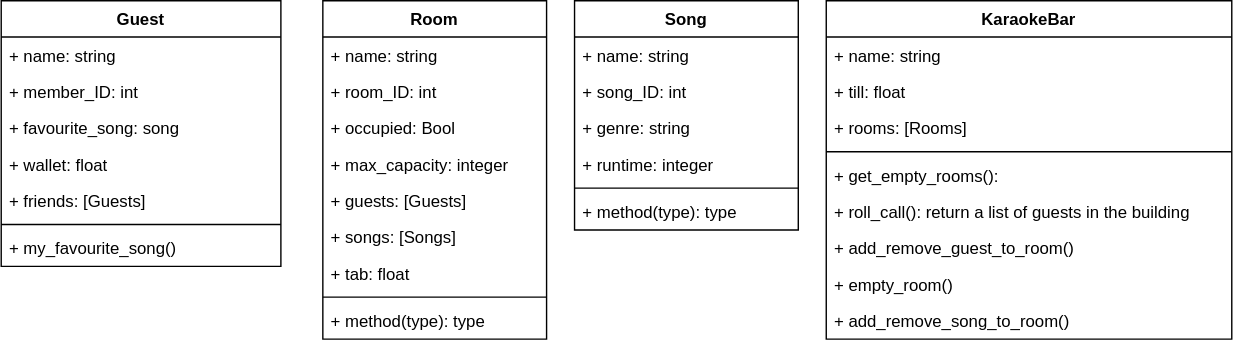
Before: classes and planning.drawio.svg, a diagram exported from draw.io (randomlyalex-codeclan/CCC). Source tidied: cells renumbered, new cells last; positions are measured from the earlier drawing's top-left corner, leaving out a move shared by most shapes.
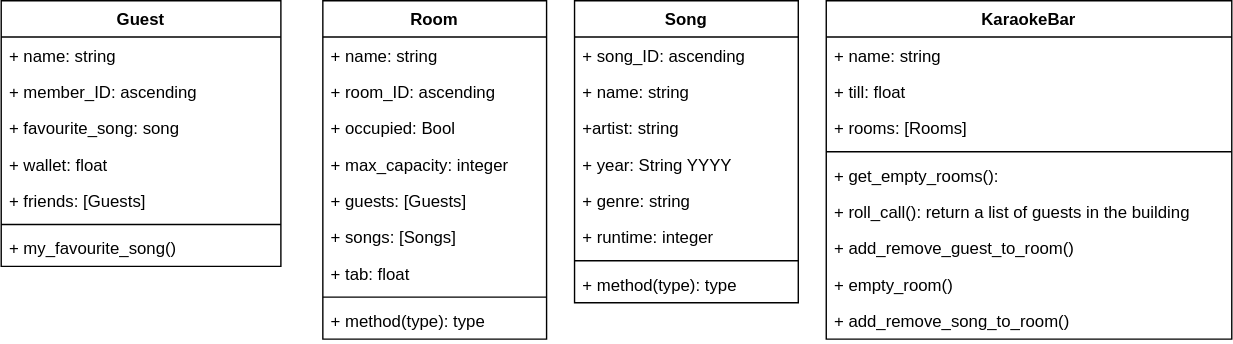
After the change.

The edit, as a diff of the source:
```diff
@@ -8,7 +8,7 @@
     <mxCell id="3" value="+ name: string" style="text;strokeColor=none;fillColor=none;align=left;verticalAlign=top;spacingLeft=4;spacingRight=4;overflow=hidden;" parent="2" vertex="1">
       <mxGeometry y="26" width="160" height="26" as="geometry" />
     </mxCell>
-    <mxCell id="4" value="+ room_ID: int" style="text;strokeColor=none;fillColor=none;align=left;verticalAlign=top;spacingLeft=4;spacingRight=4;overflow=hidden;" parent="2" vertex="1">
+    <mxCell id="4" value="+ room_ID: ascending" style="text;strokeColor=none;fillColor=none;align=left;verticalAlign=top;spacingLeft=4;spacingRight=4;overflow=hidden;" parent="2" vertex="1">
       <mxGeometry y="52" width="160" height="26" as="geometry" />
     </mxCell>
     <mxCell id="5" value="+ occupied: Bool" style="text;strokeColor=none;fillColor=none;align=left;verticalAlign=top;spacingLeft=4;spacingRight=4;overflow=hidden;" parent="2" vertex="1">
@@ -33,25 +33,31 @@
       <mxGeometry y="216" width="160" height="26" as="geometry" />
     </mxCell>
     <mxCell id="12" value="Song" style="swimlane;fontStyle=1;align=center;verticalAlign=top;horizontal=1;startSize=26;" parent="1" vertex="1">
-      <mxGeometry x="410" width="160" height="164" as="geometry" />
+      <mxGeometry x="410" width="160" height="216" as="geometry" />
     </mxCell>
+    <mxCell id="14" value="+ song_ID: ascending" style="text;strokeColor=none;fillColor=none;align=left;verticalAlign=top;spacingLeft=4;spacingRight=4;overflow=hidden;" parent="12" vertex="1">
+      <mxGeometry y="26" width="160" height="26" as="geometry" />
+    </mxCell>
     <mxCell id="13" value="+ name: string" style="text;strokeColor=none;fillColor=none;align=left;verticalAlign=top;spacingLeft=4;spacingRight=4;overflow=hidden;" parent="12" vertex="1">
-      <mxGeometry y="26" width="160" height="26" as="geometry" />
+      <mxGeometry y="52" width="160" height="26" as="geometry" />
     </mxCell>
-    <mxCell id="14" value="+ song_ID: int" style="text;strokeColor=none;fillColor=none;align=left;verticalAlign=top;spacingLeft=4;spacingRight=4;overflow=hidden;" parent="12" vertex="1">
-      <mxGeometry y="52" width="160" height="26" as="geometry" />
-    </mxCell>
+    <mxCell id="37" value="+artist: string&#10;" style="text;strokeColor=none;fillColor=none;align=left;verticalAlign=top;spacingLeft=4;spacingRight=4;overflow=hidden;" parent="12" vertex="1">
+      <mxGeometry y="78" width="160" height="26" as="geometry" />
+    </mxCell>
+    <mxCell id="38" value="+ year: String YYYY" style="text;strokeColor=none;fillColor=none;align=left;verticalAlign=top;spacingLeft=4;spacingRight=4;overflow=hidden;" parent="12" vertex="1">
+      <mxGeometry y="104" width="160" height="26" as="geometry" />
+    </mxCell>
     <mxCell id="15" value="+ genre: string" style="text;strokeColor=none;fillColor=none;align=left;verticalAlign=top;spacingLeft=4;spacingRight=4;overflow=hidden;" parent="12" vertex="1">
-      <mxGeometry y="78" width="160" height="26" as="geometry" />
+      <mxGeometry y="130" width="160" height="26" as="geometry" />
     </mxCell>
     <mxCell id="16" value="+ runtime: integer" style="text;strokeColor=none;fillColor=none;align=left;verticalAlign=top;spacingLeft=4;spacingRight=4;overflow=hidden;" parent="12" vertex="1">
-      <mxGeometry y="104" width="160" height="26" as="geometry" />
+      <mxGeometry y="156" width="160" height="26" as="geometry" />
     </mxCell>
     <mxCell id="17" style="line;strokeWidth=1;fillColor=none;align=left;verticalAlign=middle;spacingTop=-1;spacingLeft=3;spacingRight=3;labelPosition=right;" parent="12" vertex="1">
-      <mxGeometry y="130" width="160" height="8" as="geometry" />
+      <mxGeometry y="182" width="160" height="8" as="geometry" />
     </mxCell>
     <mxCell id="18" value="+ method(type): type" style="text;strokeColor=none;fillColor=none;align=left;verticalAlign=top;spacingLeft=4;spacingRight=4;overflow=hidden;" parent="12" vertex="1">
-      <mxGeometry y="138" width="160" height="26" as="geometry" />
+      <mxGeometry y="190" width="160" height="26" as="geometry" />
     </mxCell>
     <mxCell id="19" value="KaraokeBar" style="swimlane;fontStyle=1;align=center;verticalAlign=top;horizontal=1;startSize=26;" parent="1" vertex="1">
       <mxGeometry x="590" width="290" height="242" as="geometry" />
@@ -89,7 +95,7 @@
     <mxCell id="30" value="+ name: string" style="text;strokeColor=none;fillColor=none;align=left;verticalAlign=top;spacingLeft=4;spacingRight=4;overflow=hidden;" parent="29" vertex="1">
       <mxGeometry y="26" width="200" height="26" as="geometry" />
     </mxCell>
-    <mxCell id="31" value="+ member_ID: int" style="text;strokeColor=none;fillColor=none;align=left;verticalAlign=top;spacingLeft=4;spacingRight=4;overflow=hidden;" parent="29" vertex="1">
+    <mxCell id="31" value="+ member_ID: ascending" style="text;strokeColor=none;fillColor=none;align=left;verticalAlign=top;spacingLeft=4;spacingRight=4;overflow=hidden;" parent="29" vertex="1">
       <mxGeometry y="52" width="200" height="26" as="geometry" />
     </mxCell>
     <mxCell id="32" value="+ favourite_song: song" style="text;strokeColor=none;fillColor=none;align=left;verticalAlign=top;spacingLeft=4;spacingRight=4;overflow=hidden;" parent="29" vertex="1">
```
